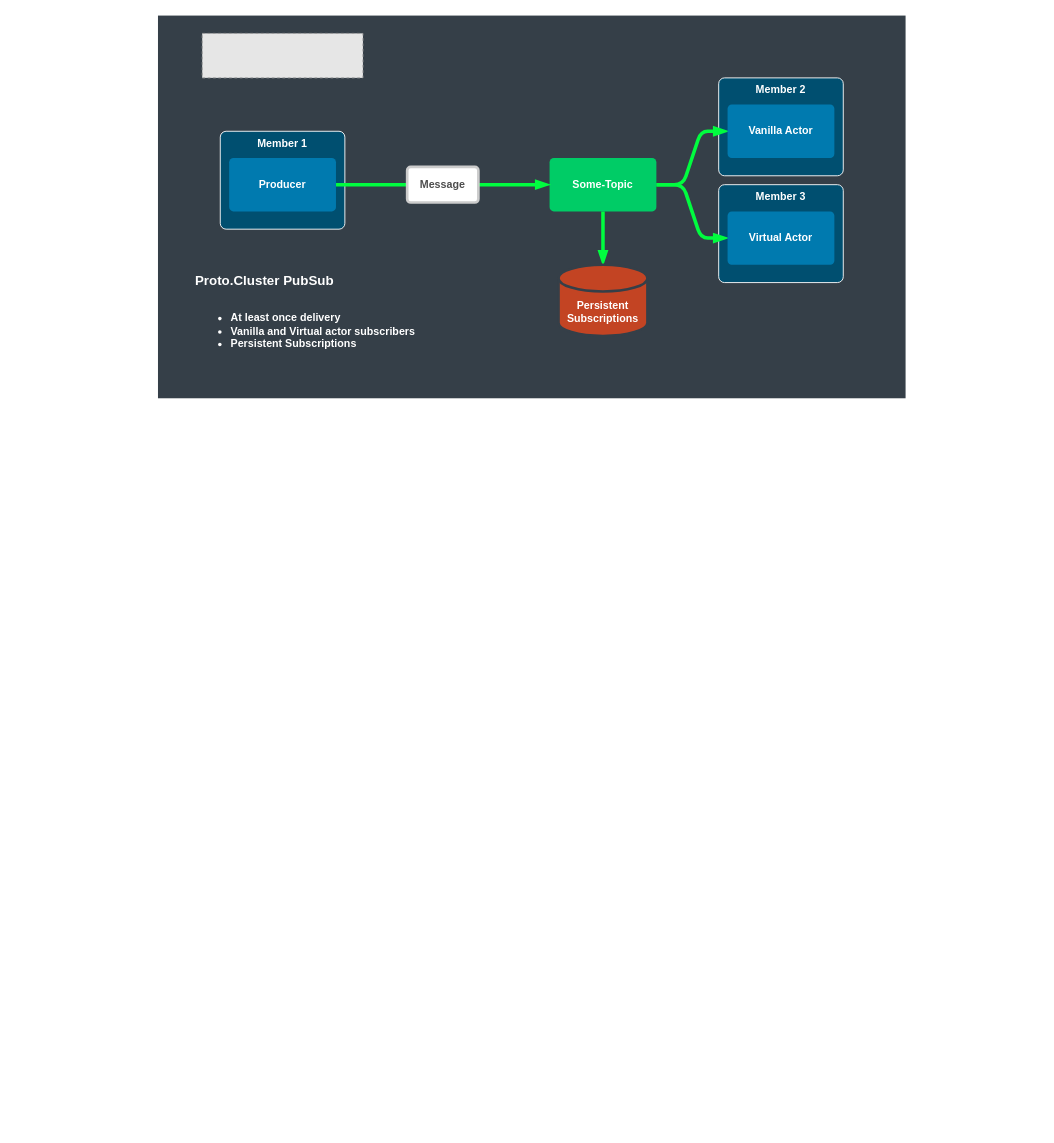
This is page "Sida-28" (28 of 31) of hugo/content/docs/images/diagrams.drawio from asynkron/protoactor-website, a draw.io file, before an edit. Source tidied: cells renumbered, new cells numbered last; positions are measured from the earlier drawing's top-left corner, leaving out a move shared by most shapes. Both pictures are drawn from the tidied source at 89%, with x=0, y=0 at pixel (158, 15). Pictures stored in the file or linked from it are replaced by grey dashed boxes.
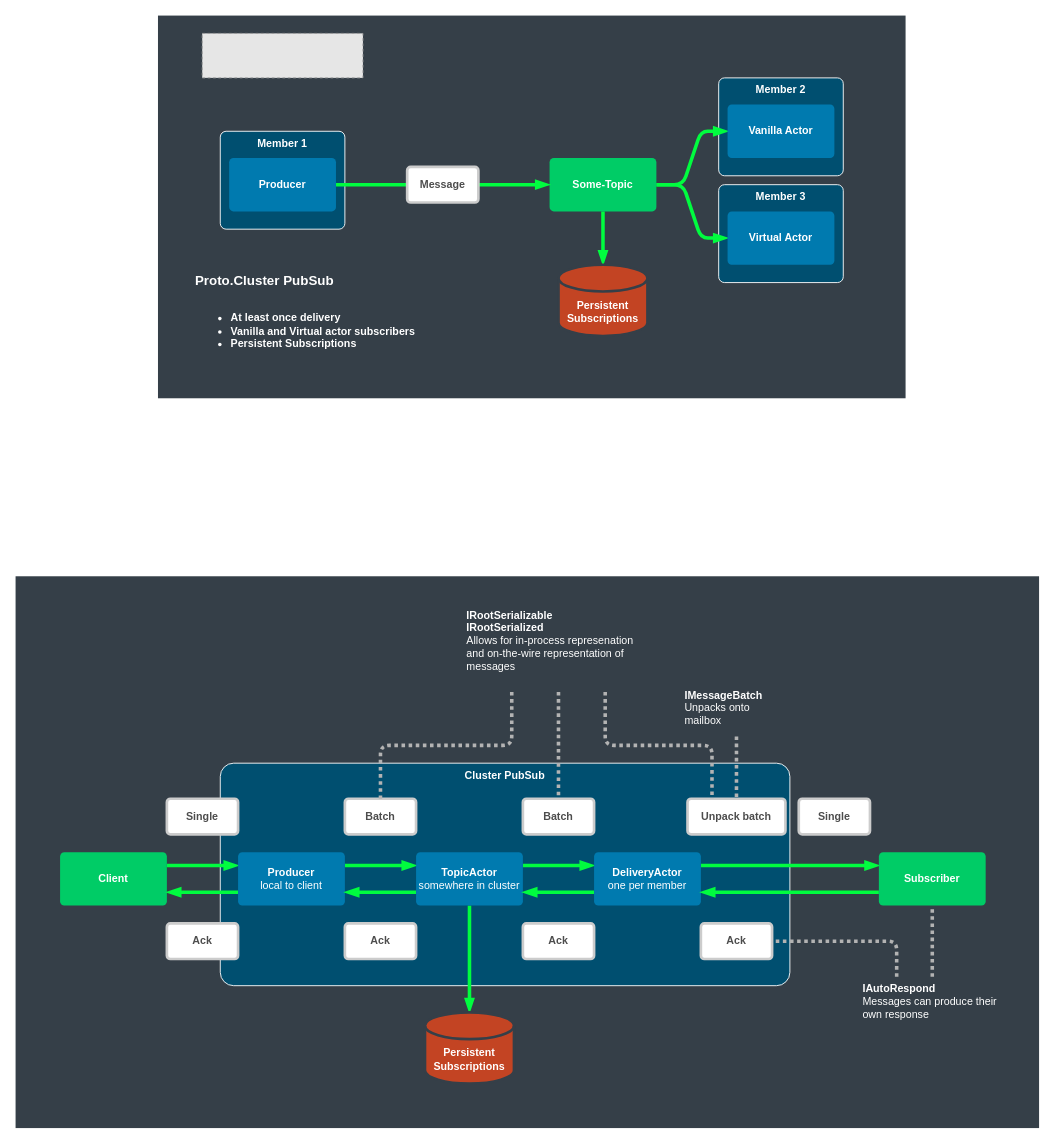
Above is the later version.

Diff of the diagram source:
```diff
@@
+    <mxCell id="18" style="rounded=0;whiteSpace=wrap;html=1;fontColor=#FFFFFF;strokeColor=none;fillColor=#353F48;" parent="1" vertex="1">
+      <mxGeometry x="-160" y="630" width="1150" height="620" as="geometry" />
+    </mxCell>
@@
+    <mxCell id="19" value="Cluster PubSub" style="rounded=1;whiteSpace=wrap;html=1;shadow=0;glass=0;strokeWidth=1;fontSize=12;arcSize=6;verticalAlign=top;fontColor=#FFFFFF;fontStyle=1;fillColor=#004F70;strokeColor=#FFFFFF;" parent="1" vertex="1">
+      <mxGeometry x="70" y="840" width="640" height="250" as="geometry" />
+    </mxCell>
+    <mxCell id="20" style="edgeStyle=orthogonalEdgeStyle;jettySize=auto;html=1;exitX=1;exitY=0.25;exitDx=0;exitDy=0;entryX=0;entryY=0.25;entryDx=0;entryDy=0;endArrow=blockThin;endFill=1;strokeColor=#00FC3F;strokeWidth=4;" parent="1" edge="1" source="21" target="24">
+      <mxGeometry relative="1" as="geometry" />
+    </mxCell>
+    <mxCell id="21" value="Client" style="rounded=1;whiteSpace=wrap;html=1;fontStyle=1;strokeColor=none;fontColor=#FFFFFF;arcSize=8;fillColor=#00CC66;" parent="1" vertex="1">
+      <mxGeometry x="-110" y="940" width="120" height="60" as="geometry" />
+    </mxCell>
+    <mxCell id="22" style="edgeStyle=orthogonalEdgeStyle;jettySize=auto;html=1;exitX=1;exitY=0.25;exitDx=0;exitDy=0;entryX=0;entryY=0.25;entryDx=0;entryDy=0;endArrow=blockThin;endFill=1;strokeColor=#00FC3F;strokeWidth=4;" parent="1" edge="1" source="24" target="28">
+      <mxGeometry relative="1" as="geometry" />
+    </mxCell>
+    <mxCell id="23" style="edgeStyle=orthogonalEdgeStyle;jettySize=auto;html=1;exitX=0;exitY=0.75;exitDx=0;exitDy=0;entryX=1;entryY=0.75;entryDx=0;entryDy=0;endArrow=blockThin;endFill=1;strokeColor=#00FC3F;strokeWidth=4;" parent="1" edge="1" source="24" target="21">
+      <mxGeometry relative="1" as="geometry" />
+    </mxCell>
+    <mxCell id="24" value="Producer&lt;br&gt;&lt;span style=&quot;font-weight: normal&quot;&gt;local to client&lt;/span&gt;" style="rounded=1;whiteSpace=wrap;html=1;fontStyle=1;strokeColor=none;fontColor=#FFFFFF;fillColor=#007AAF;arcSize=8;" parent="1" vertex="1">
+      <mxGeometry x="90" y="940" width="120" height="60" as="geometry" />
+    </mxCell>
+    <mxCell id="25" style="edgeStyle=orthogonalEdgeStyle;jettySize=auto;html=1;exitX=0;exitY=0.75;exitDx=0;exitDy=0;entryX=1;entryY=0.75;entryDx=0;entryDy=0;endArrow=blockThin;endFill=1;strokeColor=#00FC3F;strokeWidth=4;" parent="1" edge="1" source="28" target="24">
+      <mxGeometry relative="1" as="geometry" />
+    </mxCell>
+    <mxCell id="26" style="edgeStyle=orthogonalEdgeStyle;jettySize=auto;html=1;exitX=1;exitY=0.25;exitDx=0;exitDy=0;entryX=0;entryY=0.25;entryDx=0;entryDy=0;endArrow=blockThin;endFill=1;strokeColor=#00FC3F;strokeWidth=4;" parent="1" edge="1" source="28" target="31">
+      <mxGeometry relative="1" as="geometry" />
+    </mxCell>
+    <mxCell id="27" style="edgeStyle=orthogonalEdgeStyle;jettySize=auto;html=1;exitX=0.5;exitY=1;exitDx=0;exitDy=0;entryX=0.5;entryY=0;entryDx=0;entryDy=0;entryPerimeter=0;endArrow=blockThin;endFill=1;strokeColor=#00FC3F;strokeWidth=4;" parent="1" edge="1" source="28" target="52">
+      <mxGeometry relative="1" as="geometry" />
+    </mxCell>
+    <mxCell id="28" value="TopicActor&lt;br&gt;&lt;span style=&quot;font-weight: normal&quot;&gt;somewhere in cluster&lt;/span&gt;" style="rounded=1;whiteSpace=wrap;html=1;fontStyle=1;strokeColor=none;fontColor=#FFFFFF;fillColor=#007AAF;arcSize=8;" parent="1" vertex="1">
+      <mxGeometry x="290" y="940" width="120" height="60" as="geometry" />
+    </mxCell>
+    <mxCell id="29" style="edgeStyle=orthogonalEdgeStyle;jettySize=auto;html=1;exitX=0;exitY=0.75;exitDx=0;exitDy=0;entryX=1;entryY=0.75;entryDx=0;entryDy=0;endArrow=blockThin;endFill=1;strokeColor=#00FC3F;strokeWidth=4;" parent="1" edge="1" source="31" target="28">
+      <mxGeometry relative="1" as="geometry" />
+    </mxCell>
+    <mxCell id="30" style="edgeStyle=orthogonalEdgeStyle;jettySize=auto;html=1;exitX=1;exitY=0.25;exitDx=0;exitDy=0;entryX=0;entryY=0.25;entryDx=0;entryDy=0;endArrow=blockThin;endFill=1;strokeColor=#00FC3F;strokeWidth=4;" parent="1" edge="1" source="31" target="33">
+      <mxGeometry relative="1" as="geometry" />
+    </mxCell>
+    <mxCell id="31" value="DeliveryActor&lt;br&gt;&lt;span style=&quot;font-weight: normal&quot;&gt;one per member&lt;/span&gt;" style="rounded=1;whiteSpace=wrap;html=1;fontStyle=1;strokeColor=none;fontColor=#FFFFFF;fillColor=#007AAF;arcSize=8;" parent="1" vertex="1">
+      <mxGeometry x="490" y="940" width="120" height="60" as="geometry" />
+    </mxCell>
+    <mxCell id="32" style="edgeStyle=orthogonalEdgeStyle;jettySize=auto;html=1;exitX=0;exitY=0.75;exitDx=0;exitDy=0;entryX=1;entryY=0.75;entryDx=0;entryDy=0;endArrow=blockThin;endFill=1;strokeColor=#00FC3F;strokeWidth=4;" parent="1" edge="1" source="33" target="31">
+      <mxGeometry relative="1" as="geometry" />
+    </mxCell>
+    <mxCell id="33" value="Subscriber" style="rounded=1;whiteSpace=wrap;html=1;fontStyle=1;strokeColor=none;fontColor=#FFFFFF;arcSize=8;fillColor=#00CC66;" parent="1" vertex="1">
+      <mxGeometry x="810" y="940" width="120" height="60" as="geometry" />
+    </mxCell>
+    <mxCell id="34" value="Batch" style="rounded=1;whiteSpace=wrap;html=1;fontStyle=1;arcSize=10;strokeWidth=3;fontColor=#4D4D4D;strokeColor=#CCCCCC;" parent="1" vertex="1">
+      <mxGeometry x="210" y="880" width="80" height="40" as="geometry" />
+    </mxCell>
+    <mxCell id="35" value="Batch" style="rounded=1;whiteSpace=wrap;html=1;fontStyle=1;arcSize=10;strokeWidth=3;fontColor=#4D4D4D;strokeColor=#CCCCCC;" parent="1" vertex="1">
+      <mxGeometry x="410" y="880" width="80" height="40" as="geometry" />
+    </mxCell>
+    <mxCell id="36" value="Unpack batch" style="rounded=1;whiteSpace=wrap;html=1;fontStyle=1;arcSize=10;strokeWidth=3;fontColor=#4D4D4D;strokeColor=#CCCCCC;" parent="1" vertex="1">
+      <mxGeometry x="595" y="880" width="110" height="40" as="geometry" />
+    </mxCell>
+    <mxCell id="37" value="Ack" style="rounded=1;whiteSpace=wrap;html=1;fontStyle=1;arcSize=10;strokeWidth=3;fontColor=#4D4D4D;strokeColor=#CCCCCC;" parent="1" vertex="1">
+      <mxGeometry x="610" y="1020" width="80" height="40" as="geometry" />
+    </mxCell>
+    <mxCell id="38" value="Ack" style="rounded=1;whiteSpace=wrap;html=1;fontStyle=1;arcSize=10;strokeWidth=3;fontColor=#4D4D4D;strokeColor=#CCCCCC;" parent="1" vertex="1">
+      <mxGeometry x="410" y="1020" width="80" height="40" as="geometry" />
+    </mxCell>
+    <mxCell id="39" value="Ack" style="rounded=1;whiteSpace=wrap;html=1;fontStyle=1;arcSize=10;strokeWidth=3;fontColor=#4D4D4D;strokeColor=#CCCCCC;" parent="1" vertex="1">
+      <mxGeometry x="210" y="1020" width="80" height="40" as="geometry" />
+    </mxCell>
+    <mxCell id="40" value="Single" style="rounded=1;whiteSpace=wrap;html=1;fontStyle=1;arcSize=10;strokeWidth=3;fontColor=#4D4D4D;strokeColor=#CCCCCC;" parent="1" vertex="1">
+      <mxGeometry x="10" y="880" width="80" height="40" as="geometry" />
+    </mxCell>
+    <mxCell id="41" value="Ack" style="rounded=1;whiteSpace=wrap;html=1;fontStyle=1;arcSize=10;strokeWidth=3;fontColor=#4D4D4D;strokeColor=#CCCCCC;" parent="1" vertex="1">
+      <mxGeometry x="10" y="1020" width="80" height="40" as="geometry" />
+    </mxCell>
+    <mxCell id="42" value="Single" style="rounded=1;whiteSpace=wrap;html=1;fontStyle=1;arcSize=10;strokeWidth=3;fontColor=#4D4D4D;strokeColor=#CCCCCC;" parent="1" vertex="1">
+      <mxGeometry x="720" y="880" width="80" height="40" as="geometry" />
+    </mxCell>
+    <mxCell id="43" style="edgeStyle=orthogonalEdgeStyle;jettySize=auto;html=1;exitX=0.5;exitY=1;exitDx=0;exitDy=0;endArrow=none;endFill=0;strokeWidth=4;strokeColor=#B3B3B3;dashed=1;dashPattern=1 1;" parent="1" edge="1" source="44" target="36">
+      <mxGeometry relative="1" as="geometry" />
+    </mxCell>
+    <mxCell id="44" value="&lt;b&gt;IMessageBatch&lt;/b&gt;&lt;br&gt;&lt;span style=&quot;font-weight: normal&quot;&gt;Unpacks onto mailbox&lt;/span&gt;" style="text;html=1;strokeColor=none;fillColor=none;align=left;verticalAlign=top;whiteSpace=wrap;rounded=0;fontColor=#FFFFFF;fontStyle=1;" parent="1" vertex="1">
+      <mxGeometry x="590" y="750" width="120" height="60" as="geometry" />
+    </mxCell>
+    <mxCell id="45" style="edgeStyle=orthogonalEdgeStyle;jettySize=auto;html=1;exitX=0.25;exitY=0;exitDx=0;exitDy=0;entryX=1;entryY=0.5;entryDx=0;entryDy=0;endArrow=none;endFill=0;strokeWidth=4;strokeColor=#B3B3B3;dashed=1;dashPattern=1 1;" parent="1" edge="1" source="47" target="37">
+      <mxGeometry relative="1" as="geometry" />
+    </mxCell>
+    <mxCell id="46" style="edgeStyle=orthogonalEdgeStyle;jettySize=auto;html=1;exitX=0.5;exitY=0;exitDx=0;exitDy=0;entryX=0.5;entryY=1;entryDx=0;entryDy=0;endArrow=none;endFill=0;strokeWidth=4;strokeColor=#B3B3B3;dashed=1;dashPattern=1 1;" parent="1" edge="1" source="47" target="33">
+      <mxGeometry relative="1" as="geometry" />
+    </mxCell>
+    <mxCell id="47" value="&lt;b&gt;IAutoRespond&lt;/b&gt;&lt;br&gt;&lt;span style=&quot;font-weight: normal&quot;&gt;Messages can produce their own response&lt;/span&gt;" style="text;html=1;strokeColor=none;fillColor=none;align=left;verticalAlign=top;whiteSpace=wrap;rounded=0;fontColor=#FFFFFF;fontStyle=1;" parent="1" vertex="1">
+      <mxGeometry x="790" y="1080" width="160" height="60" as="geometry" />
+    </mxCell>
+    <mxCell id="48" style="edgeStyle=orthogonalEdgeStyle;jettySize=auto;html=1;exitX=0.75;exitY=1;exitDx=0;exitDy=0;entryX=0.25;entryY=0;entryDx=0;entryDy=0;endArrow=none;endFill=0;strokeWidth=4;strokeColor=#B3B3B3;dashed=1;dashPattern=1 1;" parent="1" edge="1" source="51" target="36">
+      <mxGeometry relative="1" as="geometry" />
+    </mxCell>
+    <mxCell id="49" style="edgeStyle=orthogonalEdgeStyle;jettySize=auto;html=1;exitX=0.5;exitY=1;exitDx=0;exitDy=0;entryX=0.5;entryY=0;entryDx=0;entryDy=0;endArrow=none;endFill=0;strokeWidth=4;strokeColor=#B3B3B3;dashed=1;dashPattern=1 1;" parent="1" edge="1" source="51" target="35">
+      <mxGeometry relative="1" as="geometry" />
+    </mxCell>
+    <mxCell id="50" style="edgeStyle=orthogonalEdgeStyle;jettySize=auto;html=1;exitX=0.25;exitY=1;exitDx=0;exitDy=0;endArrow=none;endFill=0;strokeWidth=4;strokeColor=#B3B3B3;dashed=1;dashPattern=1 1;" parent="1" edge="1" source="51" target="34">
+      <mxGeometry relative="1" as="geometry" />
+    </mxCell>
+    <mxCell id="51" value="&lt;b&gt;IRootSerializable&lt;/b&gt;&lt;br&gt;&lt;b&gt;IRootSerialized&lt;/b&gt;&lt;br&gt;&lt;span style=&quot;font-weight: normal&quot;&gt;Allows for in-process represenation and on-the-wire representation of messages&lt;/span&gt;" style="text;html=1;strokeColor=none;fillColor=none;align=left;verticalAlign=top;whiteSpace=wrap;rounded=0;fontColor=#FFFFFF;fontStyle=1;" parent="1" vertex="1">
+      <mxGeometry x="345" y="660" width="210" height="100" as="geometry" />
+    </mxCell>
+    <mxCell id="52" value="Persistent&lt;br&gt;Subscriptions" style="shape=cylinder3;whiteSpace=wrap;html=1;boundedLbl=1;backgroundOutline=1;size=15;fillColor=#C34423;fontStyle=1;fontColor=#FFFFFF;strokeWidth=3;strokeColor=#353F48;" parent="1" vertex="1">
+      <mxGeometry x="300" y="1120" width="100" height="80" as="geometry" />
+    </mxCell>
```
